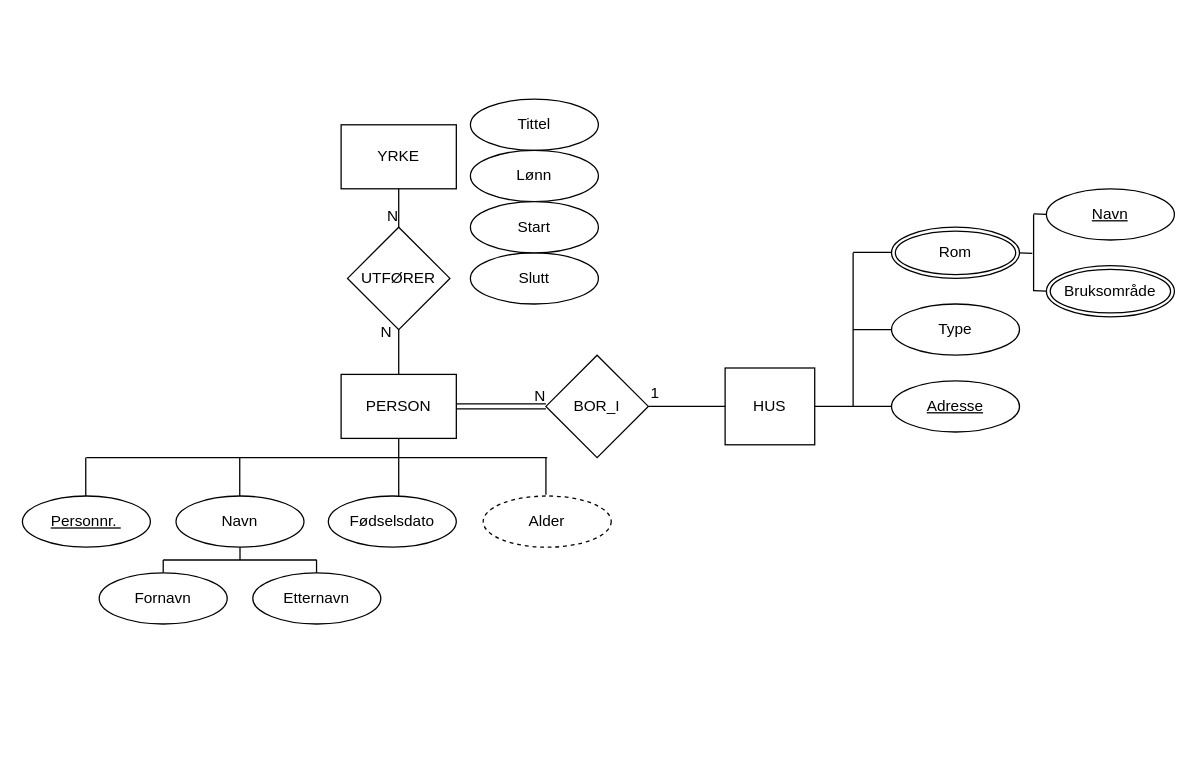
The draw.io diagram page "Page-1" (1 of 2) of Oblig1.drawio in selmaausteng/selmaausteng.github.io, before the edit. Source tidied: cells renumbered, new cells numbered last; positions are measured from the earlier drawing's top-left corner, leaving out a move shared by most shapes. Both pictures are drawn from the tidied source at 128%, with x=0, y=0 at pixel (22, 99).
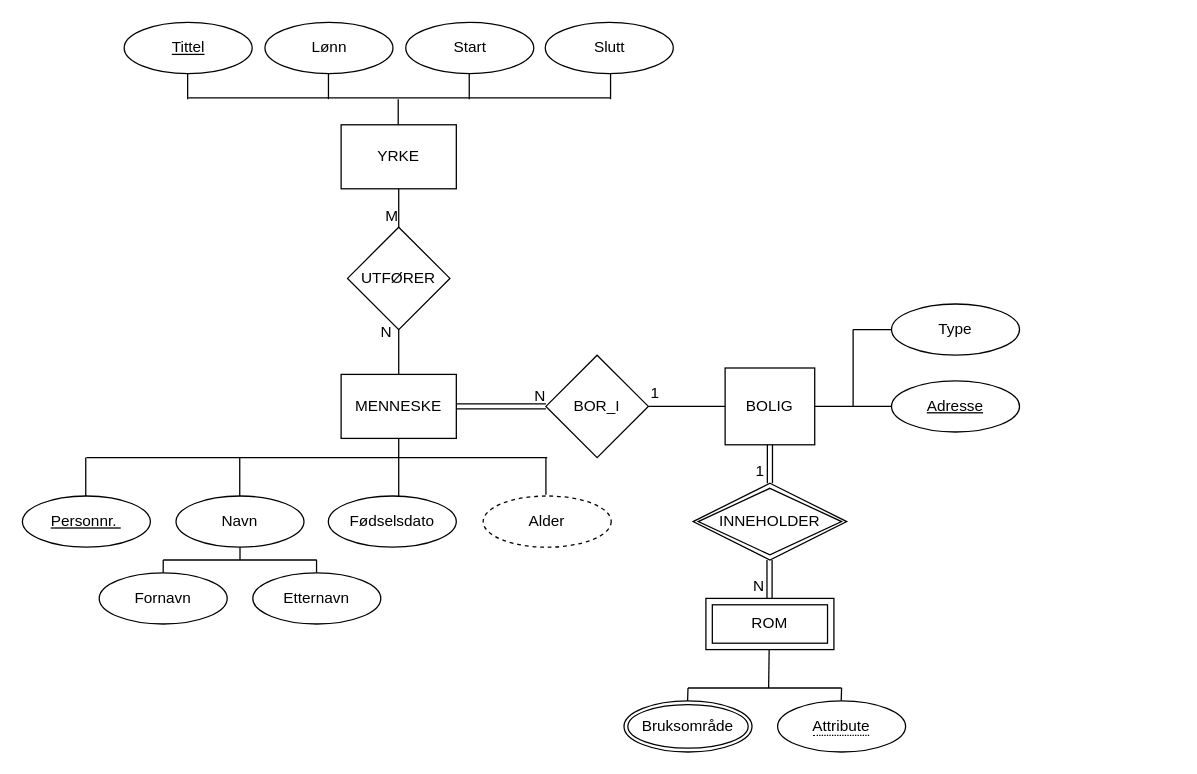
The same diagram, later.

Unchanged cells that the change refers to:
```xml
<mxCell id="41" style="endArrow=none;html=1;rounded=0;exitX=0.5;exitY=1;exitDx=0;exitDy=0;entryX=0.5;entryY=0;entryDx=0;entryDy=0;" parent="1" edge="1" source="38" target="37">
  <mxGeometry relative="1" as="geometry" />
</mxCell>
```

Change to the diagram source:
```diff
@@
-    <mxCell id="3" value="HUS" style="rounded=0;whiteSpace=wrap;html=1;" parent="1" vertex="1">
+    <mxCell id="3" value="BOLIG" style="rounded=0;whiteSpace=wrap;html=1;" parent="1" vertex="1">
       <mxGeometry x="549" y="210" width="70" height="60" as="geometry" />
     </mxCell>
@@
     <mxCell id="6" style="endArrow=none;html=1;rounded=0;" parent="1" edge="1">
       <mxGeometry relative="1" as="geometry">
         <mxPoint x="649" y="240" as="sourcePoint" />
-        <mxPoint x="649" y="120" as="targetPoint" />
+        <mxPoint x="649" y="180" as="targetPoint" />
       </mxGeometry>
     </mxCell>
@@
-    <mxCell id="8" style="endArrow=none;html=1;rounded=0;" parent="1" edge="1">
-      <mxGeometry relative="1" as="geometry">
-        <mxPoint x="649" y="119.6" as="sourcePoint" />
-        <mxPoint x="679" y="119.6" as="targetPoint" />
-      </mxGeometry>
-    </mxCell>
@@
-    <mxCell id="10" value="PERSON" style="rounded=0;whiteSpace=wrap;html=1;" parent="1" vertex="1">
+    <mxCell id="10" value="MENNESKE" style="rounded=0;whiteSpace=wrap;html=1;" parent="1" vertex="1">
       <mxGeometry x="249" y="215" width="90" height="50" as="geometry" />
     </mxCell>
@@
-    <mxCell id="30" value="Rom" style="ellipse;shape=doubleEllipse;margin=3;whiteSpace=wrap;html=1;align=center;" parent="1" vertex="1">
-      <mxGeometry x="679" y="100" width="100" height="40" as="geometry" />
-    </mxCell>
-    <mxCell id="31" value="&lt;u&gt;Navn&lt;/u&gt;" style="ellipse;whiteSpace=wrap;html=1;align=center;fontStyle=0;" parent="1" vertex="1">
-      <mxGeometry x="800" y="70" width="100" height="40" as="geometry" />
-    </mxCell>
     <mxCell id="32" style="endArrow=none;html=1;rounded=0;" parent="1" edge="1">
       <mxGeometry relative="1" as="geometry">
-        <mxPoint x="790" y="90" as="sourcePoint" />
-        <mxPoint x="790" y="150" as="targetPoint" />
+        <mxPoint x="583.4" y="430" as="sourcePoint" />
+        <mxPoint x="583" y="460" as="targetPoint" />
       </mxGeometry>
     </mxCell>
-    <mxCell id="33" style="endArrow=none;html=1;rounded=0;" parent="1" edge="1">
-      <mxGeometry relative="1" as="geometry">
-        <mxPoint x="790" y="149.6" as="sourcePoint" />
-        <mxPoint x="800" y="150" as="targetPoint" />
-      </mxGeometry>
-    </mxCell>
-    <mxCell id="34" style="endArrow=none;html=1;rounded=0;" parent="1" edge="1">
-      <mxGeometry relative="1" as="geometry">
-        <mxPoint x="790" y="89.6" as="sourcePoint" />
-        <mxPoint x="800" y="90" as="targetPoint" />
-      </mxGeometry>
-    </mxCell>
-    <mxCell id="35" style="endArrow=none;html=1;rounded=0;" parent="1" edge="1">
-      <mxGeometry relative="1" as="geometry">
-        <mxPoint x="779" y="120" as="sourcePoint" />
-        <mxPoint x="789" y="120.4" as="targetPoint" />
-      </mxGeometry>
-    </mxCell>
     <mxCell id="36" value="Bruksområde" style="ellipse;shape=doubleEllipse;margin=3;whiteSpace=wrap;html=1;align=center;" parent="1" vertex="1">
-      <mxGeometry x="800" y="130" width="100" height="40" as="geometry" />
+      <mxGeometry x="470" y="470" width="100" height="40" as="geometry" />
     </mxCell>
@@
-    <mxCell id="42" value="N" style="html=1;align=right;verticalAlign=bottom;" parent="41" vertex="1">
+    <mxCell id="42" value="M" style="html=1;align=right;verticalAlign=bottom;" parent="41" vertex="1">
       <mxGeometry x="1" relative="1" as="geometry" />
     </mxCell>
-    <mxCell id="43" value="Tittel" style="ellipse;whiteSpace=wrap;html=1;align=center;fontStyle=0;" parent="1" vertex="1">
-      <mxGeometry x="350" width="100" height="40" as="geometry" />
-    </mxCell>
     <mxCell id="44" value="Lønn" style="ellipse;whiteSpace=wrap;html=1;align=center;fontStyle=0;" parent="1" vertex="1">
-      <mxGeometry x="350" y="40" width="100" height="40" as="geometry" />
+      <mxGeometry x="189.5" y="-60" width="100" height="40" as="geometry" />
     </mxCell>
     <mxCell id="45" value="Slutt" style="ellipse;whiteSpace=wrap;html=1;align=center;fontStyle=0;" parent="1" vertex="1">
-      <mxGeometry x="350" y="120" width="100" height="40" as="geometry" />
+      <mxGeometry x="408.5" y="-60" width="100" height="40" as="geometry" />
     </mxCell>
     <mxCell id="46" value="Start" style="ellipse;whiteSpace=wrap;html=1;align=center;fontStyle=0;" parent="1" vertex="1">
-      <mxGeometry x="350" y="80" width="100" height="40" as="geometry" />
+      <mxGeometry x="299.5" y="-60" width="100" height="40" as="geometry" />
     </mxCell>
+    <mxCell id="43" value="&lt;u&gt;Tittel&lt;/u&gt;" style="ellipse;whiteSpace=wrap;html=1;align=center;fontStyle=0;" parent="1" vertex="1">
+      <mxGeometry x="79.5" y="-60" width="100" height="40" as="geometry" />
+    </mxCell>
+    <mxCell id="47" style="endArrow=none;html=1;rounded=0;" parent="1" edge="1">
+      <mxGeometry relative="1" as="geometry">
+        <mxPoint x="459.5" y="-1" as="sourcePoint" />
+        <mxPoint x="129.5" y="-1" as="targetPoint" />
+      </mxGeometry>
+    </mxCell>
+    <mxCell id="48" style="endArrow=none;html=1;rounded=0;exitX=0.5;exitY=1;exitDx=0;exitDy=0;" parent="1" edge="1">
+      <mxGeometry relative="1" as="geometry">
+        <mxPoint x="459.5" y="-20" as="sourcePoint" />
+        <mxPoint x="459.5" as="targetPoint" />
+      </mxGeometry>
+    </mxCell>
+    <mxCell id="49" style="endArrow=none;html=1;rounded=0;exitX=0.5;exitY=1;exitDx=0;exitDy=0;" parent="1" edge="1">
+      <mxGeometry relative="1" as="geometry">
+        <mxPoint x="129.1" y="-20" as="sourcePoint" />
+        <mxPoint x="129.1" as="targetPoint" />
+      </mxGeometry>
+    </mxCell>
+    <mxCell id="50" style="endArrow=none;html=1;rounded=0;exitX=0.5;exitY=1;exitDx=0;exitDy=0;" parent="1" edge="1">
+      <mxGeometry relative="1" as="geometry">
+        <mxPoint x="239.1" y="-20" as="sourcePoint" />
+        <mxPoint x="239.1" as="targetPoint" />
+      </mxGeometry>
+    </mxCell>
+    <mxCell id="51" style="endArrow=none;html=1;rounded=0;exitX=0.5;exitY=1;exitDx=0;exitDy=0;" parent="1" edge="1">
+      <mxGeometry relative="1" as="geometry">
+        <mxPoint x="349.1" y="-20" as="sourcePoint" />
+        <mxPoint x="349.1" as="targetPoint" />
+      </mxGeometry>
+    </mxCell>
+    <mxCell id="52" style="endArrow=none;html=1;rounded=0;exitX=0.5;exitY=1;exitDx=0;exitDy=0;" parent="1" edge="1">
+      <mxGeometry relative="1" as="geometry">
+        <mxPoint x="293.6" as="sourcePoint" />
+        <mxPoint x="293.6" y="20" as="targetPoint" />
+      </mxGeometry>
+    </mxCell>
+    <mxCell id="53" value="INNEHOLDER" style="shape=rhombus;double=1;perimeter=rhombusPerimeter;whiteSpace=wrap;html=1;align=center;" parent="1" vertex="1">
+      <mxGeometry x="524" y="300" width="120" height="60" as="geometry" />
+    </mxCell>
+    <mxCell id="54" style="shape=link;html=1;rounded=0;entryX=0.5;entryY=0;entryDx=0;entryDy=0;" parent="1" edge="1" target="53">
+      <mxGeometry relative="1" as="geometry">
+        <mxPoint x="584" y="270" as="sourcePoint" />
+      </mxGeometry>
+    </mxCell>
+    <mxCell id="55" value="1" style="html=1;align=right;verticalAlign=bottom;" parent="54" vertex="1">
+      <mxGeometry x="1" relative="1" as="geometry">
+        <mxPoint x="-4" y="-1" as="offset" />
+      </mxGeometry>
+    </mxCell>
+    <mxCell id="56" value="ROM" style="shape=ext;margin=3;double=1;whiteSpace=wrap;html=1;align=center;" parent="1" vertex="1">
+      <mxGeometry x="534" y="390" width="100" height="40" as="geometry" />
+    </mxCell>
+    <mxCell id="57" style="endArrow=none;html=1;rounded=0;" parent="1" edge="1">
+      <mxGeometry relative="1" as="geometry">
+        <mxPoint x="520" y="460" as="sourcePoint" />
+        <mxPoint x="640" y="460" as="targetPoint" />
+      </mxGeometry>
+    </mxCell>
+    <mxCell id="58" style="shape=link;html=1;rounded=0;entryX=0.5;entryY=0;entryDx=0;entryDy=0;" parent="1" edge="1">
+      <mxGeometry relative="1" as="geometry">
+        <mxPoint x="583.7" y="360" as="sourcePoint" />
+        <mxPoint x="583.7" y="390" as="targetPoint" />
+      </mxGeometry>
+    </mxCell>
+    <mxCell id="59" value="N" style="html=1;align=right;verticalAlign=bottom;" parent="58" vertex="1">
+      <mxGeometry x="1" relative="1" as="geometry">
+        <mxPoint x="-4" y="-1" as="offset" />
+      </mxGeometry>
+    </mxCell>
+    <mxCell id="60" value="&lt;span style=&quot;border-bottom: 1px dotted&quot;&gt;Attribute&lt;/span&gt;" style="ellipse;whiteSpace=wrap;html=1;align=center;" parent="1" vertex="1">
+      <mxGeometry x="590" y="470" width="100" height="40" as="geometry" />
+    </mxCell>
+    <mxCell id="61" style="endArrow=none;html=1;rounded=0;entryX=0.4;entryY=-0.017;entryDx=0;entryDy=0;entryPerimeter=0;" parent="1" edge="1">
+      <mxGeometry relative="1" as="geometry">
+        <mxPoint x="520" y="460" as="sourcePoint" />
+        <mxPoint x="519.7" y="470" as="targetPoint" />
+      </mxGeometry>
+    </mxCell>
+    <mxCell id="62" style="endArrow=none;html=1;rounded=0;entryX=0.4;entryY=-0.017;entryDx=0;entryDy=0;entryPerimeter=0;" parent="1" edge="1">
+      <mxGeometry relative="1" as="geometry">
+        <mxPoint x="640" y="460" as="sourcePoint" />
+        <mxPoint x="639.7" y="470" as="targetPoint" />
+      </mxGeometry>
+    </mxCell>
```
